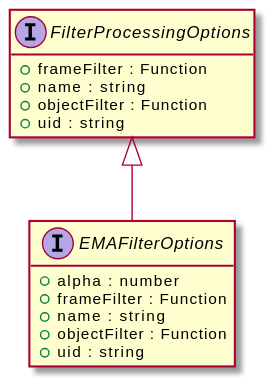
This is assets/EMAFilterOptions-umlClassDiagram-14360.svg from OpenHPS/openhps-core, a PlantUML export, as it was before one commit.
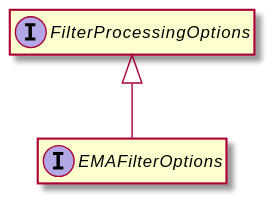
The same file after the commit.

Change to the diagram source:
```diff
@@ -3,17 +3,8 @@
 hide empty methods
 hide empty fields
 interface "EMAFilterOptions" {
-    +alpha : number
-    +frameFilter : Function
-    +name : string
-    +objectFilter : Function
-    +uid : string
 }
 interface "FilterProcessingOptions" {
-    +frameFilter : Function
-    +name : string
-    +objectFilter : Function
-    +uid : string
 }
 "FilterProcessingOptions" <|-- "EMAFilterOptions"
 @enduml
```
